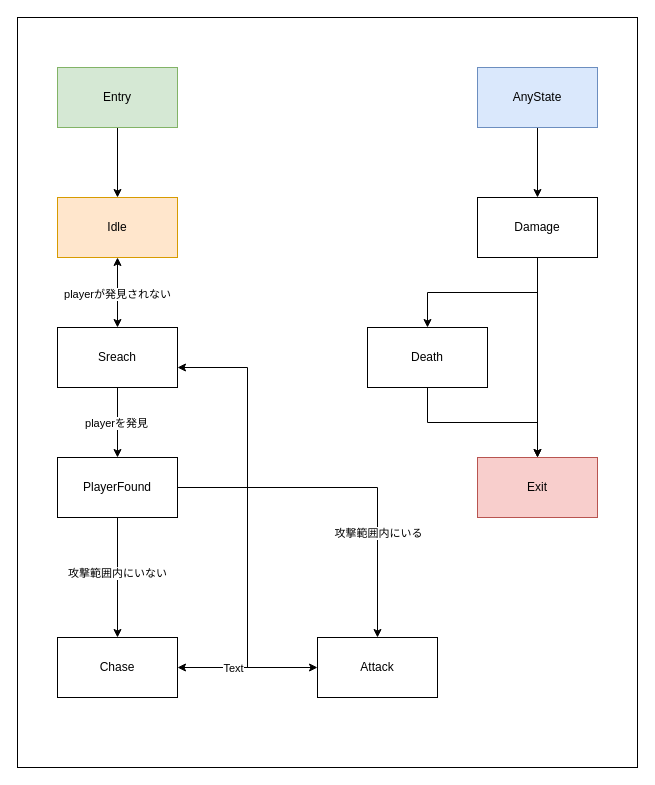
The draw.io diagram NoAlly_Specification/Enemy.drawio in SawadaRyo/NoAlly, before the edit. Source tidied: cells renumbered, new cells numbered last; positions are measured from the earlier drawing's top-left corner, leaving out a move shared by most shapes. Both pictures are drawn from the tidied source at 100%, with x=0, y=0 at pixel (17, 17).
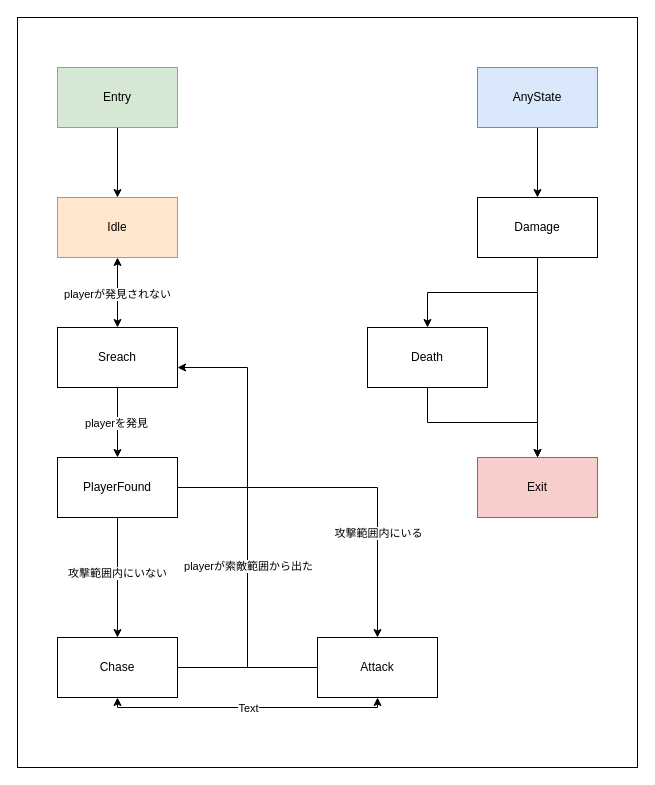
Above is the later version.

Commit message:
Enemyの基本行動ステートを更新

The change refers to these unchanged cells:
```xml
<mxCell id="8" value="Sreach" style="rounded=0;whiteSpace=wrap;html=1;" parent="1" vertex="1">
  <mxGeometry x="40" y="310" width="120" height="60" as="geometry" />
</mxCell>
<mxCell id="16" value="Attack" style="rounded=0;whiteSpace=wrap;html=1;" parent="1" vertex="1">
  <mxGeometry x="300" y="620" width="120" height="60" as="geometry" />
</mxCell>
<mxCell id="17" value="Chase" style="rounded=0;whiteSpace=wrap;html=1;" parent="1" vertex="1">
  <mxGeometry x="40" y="620" width="120" height="60" as="geometry" />
</mxCell>
```

The edit, as a diff of the source:
```diff
@@
     <mxCell id="14" style="edgeStyle=orthogonalEdgeStyle;rounded=0;jettySize=auto;html=1;startArrow=classic;startFill=1;" parent="1" edge="1" source="16" target="17">
-      <mxGeometry relative="1" as="geometry" />
+      <mxGeometry relative="1" as="geometry">
+        <Array as="points">
+          <mxPoint x="360" y="690" />
+          <mxPoint x="100" y="690" />
+        </Array>
+      </mxGeometry>
     </mxCell>
     <mxCell id="15" value="Text" style="edgeLabel;html=1;align=center;verticalAlign=middle;" parent="14" vertex="1">
-      <mxGeometry x="0.22" relative="1" as="geometry" />
+      <mxGeometry relative="1" as="geometry" />
     </mxCell>
+    <mxCell id="29" style="edgeStyle=orthogonalEdgeStyle;rounded=0;jettySize=auto;html=1;endArrow=none;endFill=0;" parent="1" edge="1" source="16">
+      <mxGeometry relative="1" as="geometry">
+        <mxPoint x="230" y="650" as="targetPoint" />
+      </mxGeometry>
+    </mxCell>
@@
-    <mxCell id="28" style="edgeStyle=elbowEdgeStyle;rounded=0;jettySize=auto;html=1;elbow=vertical;" parent="1" edge="1" target="8">
+    <mxCell id="28" style="edgeStyle=elbowEdgeStyle;rounded=0;jettySize=auto;html=1;elbow=vertical;exitX=1;exitY=0.5;exitDx=0;exitDy=0;" parent="1" edge="1" source="17" target="8">
       <mxGeometry relative="1" as="geometry">
-        <mxPoint x="230" y="650" as="sourcePoint" />
         <Array as="points">
           <mxPoint x="230" y="350" />
         </Array>
       </mxGeometry>
     </mxCell>
+    <mxCell id="30" value="playerが索敵範囲から出た" style="edgeLabel;html=1;align=center;verticalAlign=middle;" parent="28" vertex="1">
+      <mxGeometry x="-0.22" relative="1" as="geometry" />
+    </mxCell>
```
